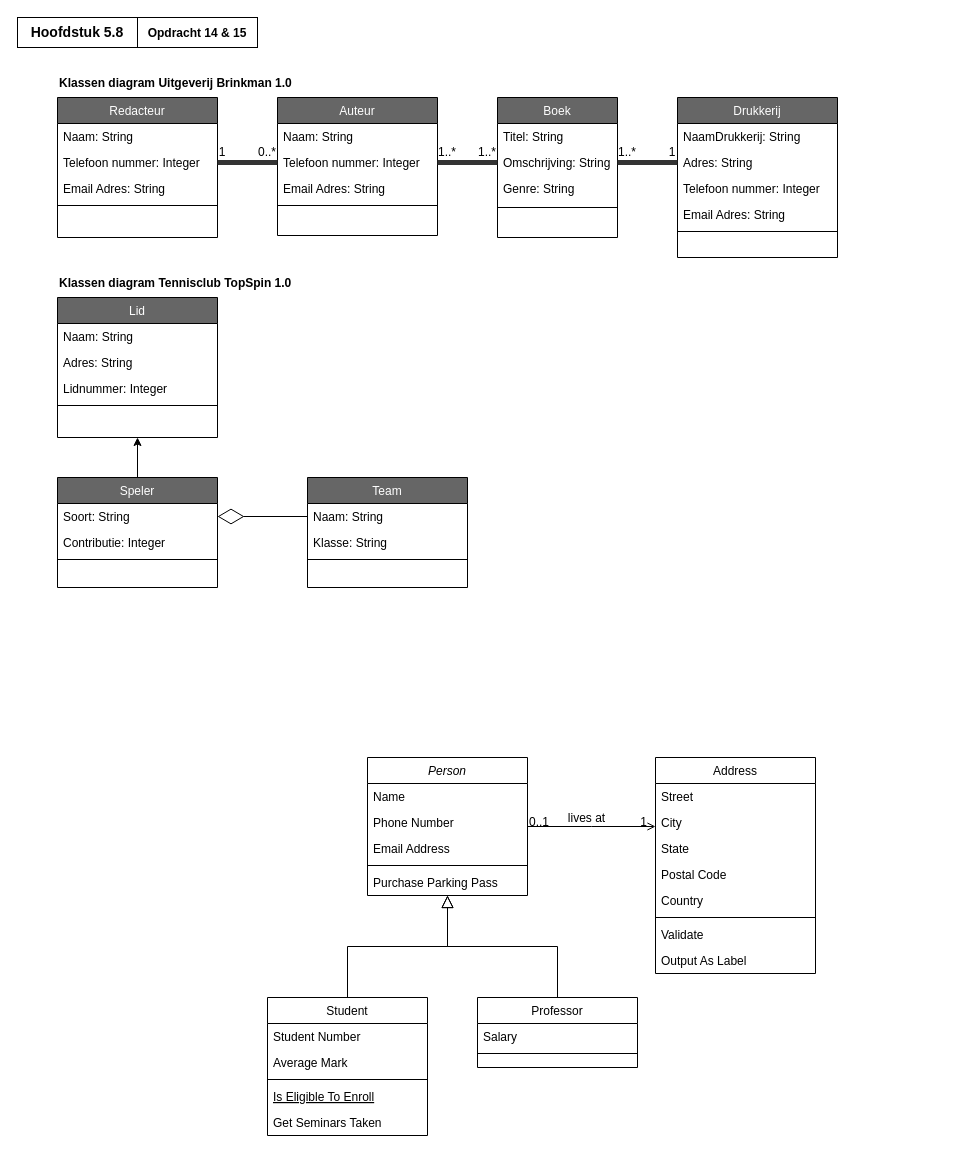
The draw.io diagram page "Opdracht14&15" (1 of 2) of ClassDiagrams.drawio in EMB20/Procesanalyse, before the edit. Source tidied: cells renumbered, new cells numbered last; positions are measured from the earlier drawing's top-left corner, leaving out a move shared by most shapes. Both pictures are drawn from the tidied source at 100%, with x=0, y=0 at pixel (17, 17).
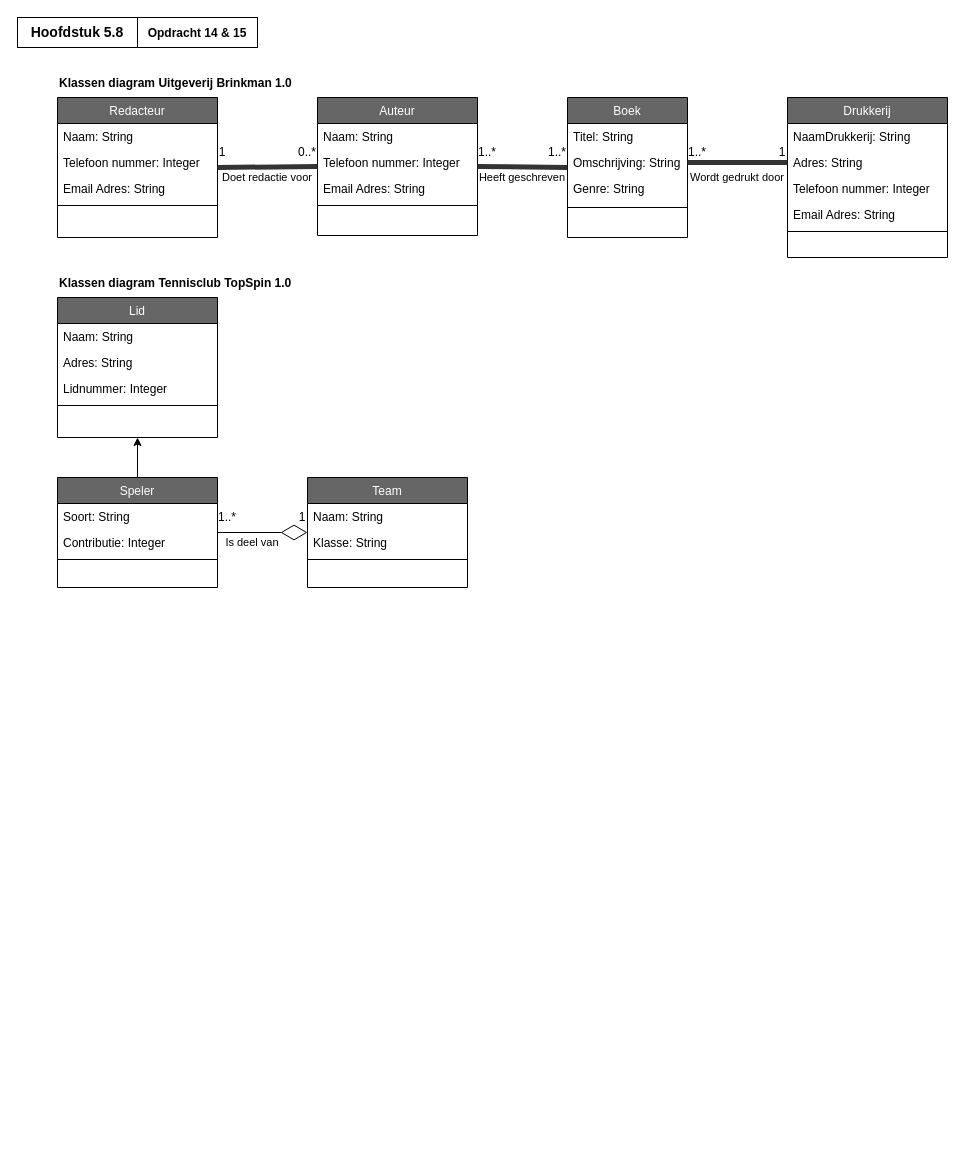
The same page after the edit.

Unchanged cells that the change refers to:
```xml
<mxCell id="34" value="Telefoon nummer: Integer" style="text;align=left;verticalAlign=top;spacingLeft=4;spacingRight=4;overflow=hidden;points=[[0,0.5],[1,0.5]];portConstraint=eastwest;rounded=0;shadow=0;html=0;" parent="32" vertex="1">
  <mxGeometry y="52" width="160" height="26" as="geometry" />
</mxCell>
<mxCell id="41" value="Omschrijving: String" style="text;align=left;verticalAlign=top;spacingLeft=4;spacingRight=4;overflow=hidden;points=[[0,0.5],[1,0.5]];portConstraint=eastwest;rounded=0;shadow=0;html=0;" parent="39" vertex="1">
  <mxGeometry y="52" width="120" height="26" as="geometry" />
</mxCell>
<mxCell id="50" value="Redacteur" style="swimlane;fontStyle=0;align=center;verticalAlign=top;horizontal=1;startSize=26;rounded=0;shadow=0;strokeWidth=1;fillColor=#666666;fontColor=#FFFFFF;" parent="1" vertex="1">
  <mxGeometry x="40" y="80" width="160" height="140" as="geometry" />
</mxCell>
<mxCell id="52" value="Telefoon nummer: Integer" style="text;align=left;verticalAlign=top;spacingLeft=4;spacingRight=4;overflow=hidden;points=[[0,0.5],[1,0.5]];portConstraint=eastwest;rounded=0;shadow=0;html=0;" parent="50" vertex="1">
  <mxGeometry y="52" width="160" height="26" as="geometry" />
</mxCell>
<mxCell id="71" value="Speler" style="swimlane;fontStyle=0;align=center;verticalAlign=top;horizontal=1;startSize=26;rounded=0;shadow=0;strokeWidth=1;fillColor=#666666;fontColor=#FFFFFF;" parent="1" vertex="1">
  <mxGeometry x="40" y="460" width="160" height="110" as="geometry" />
</mxCell>
<mxCell id="72" value="Soort: String" style="text;align=left;verticalAlign=top;spacingLeft=4;spacingRight=4;overflow=hidden;points=[[0,0.5],[1,0.5]];portConstraint=eastwest;" parent="71" vertex="1">
  <mxGeometry y="26" width="160" height="26" as="geometry" />
</mxCell>
<mxCell id="75" value="Team" style="swimlane;fontStyle=0;align=center;verticalAlign=top;horizontal=1;startSize=26;rounded=0;shadow=0;strokeWidth=1;fillColor=#666666;fontColor=#FFFFFF;" parent="1" vertex="1">
  <mxGeometry x="290" y="460" width="160" height="110" as="geometry" />
</mxCell>
<mxCell id="76" value="Naam: String" style="text;align=left;verticalAlign=top;spacingLeft=4;spacingRight=4;overflow=hidden;points=[[0,0.5],[1,0.5]];portConstraint=eastwest;rounded=0;shadow=0;html=0;" parent="75" vertex="1">
  <mxGeometry y="26" width="160" height="26" as="geometry" />
</mxCell>
```

What changed in the source:
```diff
@@
-    <mxCell id="2" value="Person" style="swimlane;fontStyle=2;align=center;verticalAlign=top;horizontal=1;startSize=26;rounded=0;shadow=0;strokeWidth=1;" parent="1" vertex="1">
-      <mxGeometry x="350" y="740" width="160" height="138" as="geometry" />
-    </mxCell>
-    <mxCell id="3" value="Name" style="text;align=left;verticalAlign=top;spacingLeft=4;spacingRight=4;overflow=hidden;" parent="2" vertex="1">
-      <mxGeometry y="26" width="160" height="26" as="geometry" />
-    </mxCell>
-    <mxCell id="4" value="Phone Number" style="text;align=left;verticalAlign=top;spacingLeft=4;spacingRight=4;overflow=hidden;rounded=0;shadow=0;html=0;" parent="2" vertex="1">
-      <mxGeometry y="52" width="160" height="26" as="geometry" />
-    </mxCell>
-    <mxCell id="5" value="Email Address" style="text;align=left;verticalAlign=top;spacingLeft=4;spacingRight=4;overflow=hidden;rounded=0;shadow=0;html=0;" parent="2" vertex="1">
-      <mxGeometry y="78" width="160" height="26" as="geometry" />
-    </mxCell>
-    <mxCell id="6" style="line;html=1;strokeWidth=1;align=left;verticalAlign=middle;spacingTop=-1;spacingLeft=3;spacingRight=3;labelPosition=right;" parent="2" vertex="1">
-      <mxGeometry y="104" width="160" height="8" as="geometry" />
-    </mxCell>
-    <mxCell id="7" value="Purchase Parking Pass" style="text;align=left;verticalAlign=top;spacingLeft=4;spacingRight=4;overflow=hidden;" parent="2" vertex="1">
-      <mxGeometry y="112" width="160" height="26" as="geometry" />
-    </mxCell>
-    <mxCell id="8" value="Student" style="swimlane;fontStyle=0;align=center;verticalAlign=top;horizontal=1;startSize=26;rounded=0;shadow=0;strokeWidth=1;" parent="1" vertex="1">
-      <mxGeometry x="250" y="980" width="160" height="138" as="geometry" />
-    </mxCell>
-    <mxCell id="9" value="Student Number" style="text;align=left;verticalAlign=top;spacingLeft=4;spacingRight=4;overflow=hidden;" parent="8" vertex="1">
-      <mxGeometry y="26" width="160" height="26" as="geometry" />
-    </mxCell>
-    <mxCell id="10" value="Average Mark" style="text;align=left;verticalAlign=top;spacingLeft=4;spacingRight=4;overflow=hidden;rounded=0;shadow=0;html=0;" parent="8" vertex="1">
-      <mxGeometry y="52" width="160" height="26" as="geometry" />
-    </mxCell>
-    <mxCell id="11" style="line;html=1;strokeWidth=1;align=left;verticalAlign=middle;spacingTop=-1;spacingLeft=3;spacingRight=3;labelPosition=right;" parent="8" vertex="1">
-      <mxGeometry y="78" width="160" height="8" as="geometry" />
-    </mxCell>
-    <mxCell id="12" value="Is Eligible To Enroll" style="text;align=left;verticalAlign=top;spacingLeft=4;spacingRight=4;overflow=hidden;fontStyle=4;" parent="8" vertex="1">
-      <mxGeometry y="86" width="160" height="26" as="geometry" />
-    </mxCell>
-    <mxCell id="13" value="Get Seminars Taken" style="text;align=left;verticalAlign=top;spacingLeft=4;spacingRight=4;overflow=hidden;" parent="8" vertex="1">
-      <mxGeometry y="112" width="160" height="26" as="geometry" />
-    </mxCell>
-    <mxCell id="14" style="endArrow=block;endSize=10;endFill=0;shadow=0;strokeWidth=1;rounded=0;curved=0;edgeStyle=elbowEdgeStyle;elbow=vertical;" parent="1" edge="1" source="8" target="2">
-      <mxGeometry relative="1" as="geometry" />
-    </mxCell>
-    <mxCell id="15" value="Professor" style="swimlane;fontStyle=0;align=center;verticalAlign=top;horizontal=1;startSize=26;rounded=0;shadow=0;strokeWidth=1;" parent="1" vertex="1">
-      <mxGeometry x="460" y="980" width="160" height="70" as="geometry" />
-    </mxCell>
-    <mxCell id="16" value="Salary" style="text;align=left;verticalAlign=top;spacingLeft=4;spacingRight=4;overflow=hidden;" parent="15" vertex="1">
-      <mxGeometry y="26" width="160" height="26" as="geometry" />
-    </mxCell>
-    <mxCell id="17" style="line;html=1;strokeWidth=1;align=left;verticalAlign=middle;spacingTop=-1;spacingLeft=3;spacingRight=3;labelPosition=right;" parent="15" vertex="1">
-      <mxGeometry y="52" width="160" height="8" as="geometry" />
-    </mxCell>
-    <mxCell id="18" style="endArrow=block;endSize=10;endFill=0;shadow=0;strokeWidth=1;rounded=0;curved=0;edgeStyle=elbowEdgeStyle;elbow=vertical;" parent="1" edge="1" source="15" target="2">
-      <mxGeometry relative="1" as="geometry" />
-    </mxCell>
-    <mxCell id="19" value="Address" style="swimlane;fontStyle=0;align=center;verticalAlign=top;horizontal=1;startSize=26;rounded=0;shadow=0;strokeWidth=1;" parent="1" vertex="1">
-      <mxGeometry x="638" y="740" width="160" height="216" as="geometry" />
-    </mxCell>
-    <mxCell id="20" value="Street" style="text;align=left;verticalAlign=top;spacingLeft=4;spacingRight=4;overflow=hidden;" parent="19" vertex="1">
-      <mxGeometry y="26" width="160" height="26" as="geometry" />
-    </mxCell>
-    <mxCell id="21" value="City" style="text;align=left;verticalAlign=top;spacingLeft=4;spacingRight=4;overflow=hidden;rounded=0;shadow=0;html=0;" parent="19" vertex="1">
-      <mxGeometry y="52" width="160" height="26" as="geometry" />
-    </mxCell>
-    <mxCell id="22" value="State" style="text;align=left;verticalAlign=top;spacingLeft=4;spacingRight=4;overflow=hidden;rounded=0;shadow=0;html=0;" parent="19" vertex="1">
-      <mxGeometry y="78" width="160" height="26" as="geometry" />
-    </mxCell>
-    <mxCell id="23" value="Postal Code" style="text;align=left;verticalAlign=top;spacingLeft=4;spacingRight=4;overflow=hidden;rounded=0;shadow=0;html=0;" parent="19" vertex="1">
-      <mxGeometry y="104" width="160" height="26" as="geometry" />
-    </mxCell>
-    <mxCell id="24" value="Country" style="text;align=left;verticalAlign=top;spacingLeft=4;spacingRight=4;overflow=hidden;rounded=0;shadow=0;html=0;" parent="19" vertex="1">
-      <mxGeometry y="130" width="160" height="26" as="geometry" />
-    </mxCell>
-    <mxCell id="25" style="line;html=1;strokeWidth=1;align=left;verticalAlign=middle;spacingTop=-1;spacingLeft=3;spacingRight=3;labelPosition=right;" parent="19" vertex="1">
-      <mxGeometry y="156" width="160" height="8" as="geometry" />
-    </mxCell>
-    <mxCell id="26" value="Validate" style="text;align=left;verticalAlign=top;spacingLeft=4;spacingRight=4;overflow=hidden;" parent="19" vertex="1">
-      <mxGeometry y="164" width="160" height="26" as="geometry" />
-    </mxCell>
-    <mxCell id="27" value="Output As Label" style="text;align=left;verticalAlign=top;spacingLeft=4;spacingRight=4;overflow=hidden;" parent="19" vertex="1">
-      <mxGeometry y="190" width="160" height="26" as="geometry" />
-    </mxCell>
-    <mxCell id="28" style="endArrow=open;shadow=0;strokeWidth=1;rounded=0;curved=0;endFill=1;edgeStyle=elbowEdgeStyle;elbow=vertical;" parent="1" edge="1" source="2" target="19">
-      <mxGeometry x="0.5" y="41" relative="1" as="geometry">
-        <mxPoint x="-40" y="32" as="offset" />
-      </mxGeometry>
-    </mxCell>
-    <mxCell id="29" value="0..1" style="align=left;verticalAlign=bottom;labelBackgroundColor=none;fontSize=12;" parent="28" vertex="1">
-      <mxGeometry x="-1" relative="1" as="geometry">
-        <mxPoint y="4" as="offset" />
-      </mxGeometry>
-    </mxCell>
-    <mxCell id="30" value="1" style="align=right;verticalAlign=bottom;labelBackgroundColor=none;fontSize=12;" parent="28" vertex="1">
-      <mxGeometry x="1" relative="1" as="geometry">
-        <mxPoint x="-7" y="4" as="offset" />
-      </mxGeometry>
-    </mxCell>
-    <mxCell id="31" value="lives at" style="text;html=1;align=center;verticalAlign=middle;labelBackgroundColor=none;rounded=0;shadow=0;strokeWidth=1;fontSize=12;" parent="28" vertex="1">
-      <mxGeometry x="0.5" y="49" relative="1" as="geometry">
-        <mxPoint x="-38" y="40" as="offset" />
-      </mxGeometry>
-    </mxCell>
     <mxCell id="32" value="Auteur" style="swimlane;fontStyle=0;align=center;verticalAlign=top;horizontal=1;startSize=26;rounded=0;shadow=0;strokeWidth=1;fillColor=#666666;fontColor=#FFFFFF;" parent="1" vertex="1">
-      <mxGeometry x="260" y="80" width="160" height="138" as="geometry" />
+      <mxGeometry x="300" y="80" width="160" height="138" as="geometry" />
     </mxCell>
@@
     <mxCell id="39" value="Boek" style="swimlane;fontStyle=0;align=center;verticalAlign=top;horizontal=1;startSize=26;rounded=0;shadow=0;strokeWidth=1;fillColor=#666666;fontColor=#FFFFFF;" parent="1" vertex="1">
-      <mxGeometry x="480" y="80" width="120" height="140" as="geometry" />
+      <mxGeometry x="550" y="80" width="120" height="140" as="geometry" />
     </mxCell>
@@
     <mxCell id="44" value="Drukkerij" style="swimlane;fontStyle=0;align=center;verticalAlign=top;horizontal=1;startSize=26;rounded=0;shadow=0;strokeWidth=1;fillColor=#666666;fontColor=#FFFFFF;" parent="1" vertex="1">
-      <mxGeometry x="660" y="80" width="160" height="160" as="geometry" />
+      <mxGeometry x="770" y="80" width="160" height="160" as="geometry" />
     </mxCell>
@@
-    <mxCell id="55" style="endArrow=none;html=1;rounded=0;exitX=1;exitY=0.5;exitDx=0;exitDy=0;entryX=0;entryY=0.5;entryDx=0;entryDy=0;strokeWidth=5;strokeColor=#333333;" parent="1" edge="1" source="52" target="34">
-      <mxGeometry relative="1" as="geometry" />
-    </mxCell>
-    <mxCell id="56" style="endArrow=none;html=1;rounded=0;exitX=1;exitY=0.5;exitDx=0;exitDy=0;entryX=0;entryY=0.5;entryDx=0;entryDy=0;strokeWidth=5;strokeColor=#333333;" parent="1" edge="1" source="34" target="41">
-      <mxGeometry relative="1" as="geometry" />
-    </mxCell>
@@
     <mxCell id="58" value="0..*" style="text;html=1;align=center;verticalAlign=middle;whiteSpace=wrap;rounded=0;" parent="1" vertex="1">
-      <mxGeometry x="240" y="125" width="20" height="20" as="geometry" />
+      <mxGeometry x="280" y="125" width="20" height="20" as="geometry" />
     </mxCell>
@@
     <mxCell id="60" value="1..*" style="text;html=1;align=center;verticalAlign=middle;whiteSpace=wrap;rounded=0;" parent="1" vertex="1">
-      <mxGeometry x="460" y="125" width="20" height="20" as="geometry" />
+      <mxGeometry x="530" y="125" width="20" height="20" as="geometry" />
     </mxCell>
     <mxCell id="61" value="1..*" style="text;html=1;align=center;verticalAlign=middle;whiteSpace=wrap;rounded=0;" parent="1" vertex="1">
-      <mxGeometry x="420" y="125" width="20" height="20" as="geometry" />
+      <mxGeometry x="460" y="125" width="20" height="20" as="geometry" />
     </mxCell>
     <mxCell id="62" value="1" style="text;html=1;align=center;verticalAlign=middle;whiteSpace=wrap;rounded=0;" parent="1" vertex="1">
-      <mxGeometry x="650" y="125" width="10" height="20" as="geometry" />
+      <mxGeometry x="760" y="125" width="10" height="20" as="geometry" />
     </mxCell>
     <mxCell id="63" value="1..*" style="text;html=1;align=center;verticalAlign=middle;whiteSpace=wrap;rounded=0;" parent="1" vertex="1">
-      <mxGeometry x="600" y="125" width="20" height="20" as="geometry" />
+      <mxGeometry x="670" y="125" width="20" height="20" as="geometry" />
     </mxCell>
@@
-    <mxCell id="79" style="endArrow=diamondThin;endFill=0;endSize=24;html=1;rounded=0;entryX=1;entryY=0.5;entryDx=0;entryDy=0;exitX=0;exitY=0.5;exitDx=0;exitDy=0;" parent="1" edge="1" source="76" target="72">
+    <mxCell id="79" style="endArrow=diamondThin;endFill=0;endSize=24;html=1;rounded=0;entryX=0;entryY=0.5;entryDx=0;entryDy=0;exitX=1;exitY=0.5;exitDx=0;exitDy=0;" parent="1" edge="1" source="71" target="75">
       <mxGeometry relative="1" as="geometry" />
     </mxCell>
@@
+    <mxCell id="81" value="Doet redactie voor" style="text;html=1;align=center;verticalAlign=middle;whiteSpace=wrap;rounded=0;fontSize=11;" parent="1" vertex="1">
+      <mxGeometry x="200" y="150" width="100" height="20" as="geometry" />
+    </mxCell>
+    <mxCell id="82" value="Heeft geschreven" style="text;html=1;align=center;verticalAlign=middle;whiteSpace=wrap;rounded=0;fontSize=11;" parent="1" vertex="1">
+      <mxGeometry x="460" y="150" width="90" height="20" as="geometry" />
+    </mxCell>
+    <mxCell id="83" value="Wordt gedrukt door" style="text;html=1;align=center;verticalAlign=middle;whiteSpace=wrap;rounded=0;fontSize=11;" parent="1" vertex="1">
+      <mxGeometry x="670" y="150" width="100" height="20" as="geometry" />
+    </mxCell>
+    <mxCell id="84" style="endArrow=none;html=1;rounded=0;exitX=1;exitY=0.5;exitDx=0;exitDy=0;entryX=0;entryY=0.5;entryDx=0;entryDy=0;strokeWidth=5;strokeColor=#333333;" parent="1" edge="1" source="32" target="39">
+      <mxGeometry relative="1" as="geometry" />
+    </mxCell>
+    <mxCell id="85" style="endArrow=none;html=1;rounded=0;exitX=1;exitY=0.5;exitDx=0;exitDy=0;entryX=0;entryY=0.5;entryDx=0;entryDy=0;strokeWidth=5;strokeColor=#333333;" parent="1" edge="1" source="50" target="32">
+      <mxGeometry relative="1" as="geometry" />
+    </mxCell>
+    <mxCell id="86" value="Is deel van" style="text;html=1;align=center;verticalAlign=middle;whiteSpace=wrap;rounded=0;fontSize=11;" parent="1" vertex="1">
+      <mxGeometry x="200" y="520" width="70" height="10" as="geometry" />
+    </mxCell>
+    <mxCell id="87" value="1..*" style="text;html=1;align=center;verticalAlign=middle;whiteSpace=wrap;rounded=0;" parent="1" vertex="1">
+      <mxGeometry x="200" y="490" width="20" height="20" as="geometry" />
+    </mxCell>
+    <mxCell id="30" value="1" style="text;html=1;align=center;verticalAlign=middle;whiteSpace=wrap;rounded=0;" parent="1" vertex="1">
+      <mxGeometry x="280" y="490" width="10" height="20" as="geometry" />
+    </mxCell>
```
